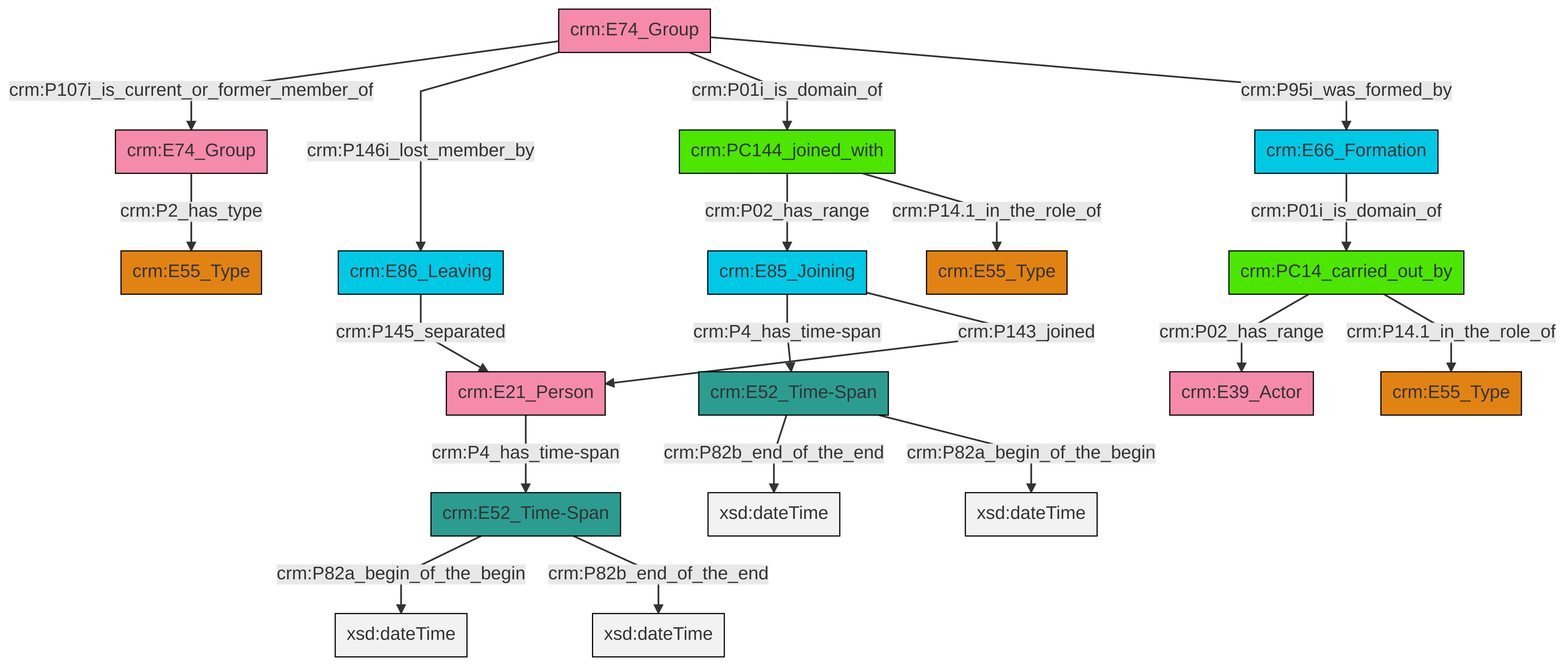
This is et/groupCSV/ttl/mmd/png/group_actor_relations.png from swiss-art-research-net/reference-data-models, a Mermaid export, as it was before one commit. Its source is kept beside it as et/groupCSV/ttl/mmd/group_actor_relations.ttl.mmd.
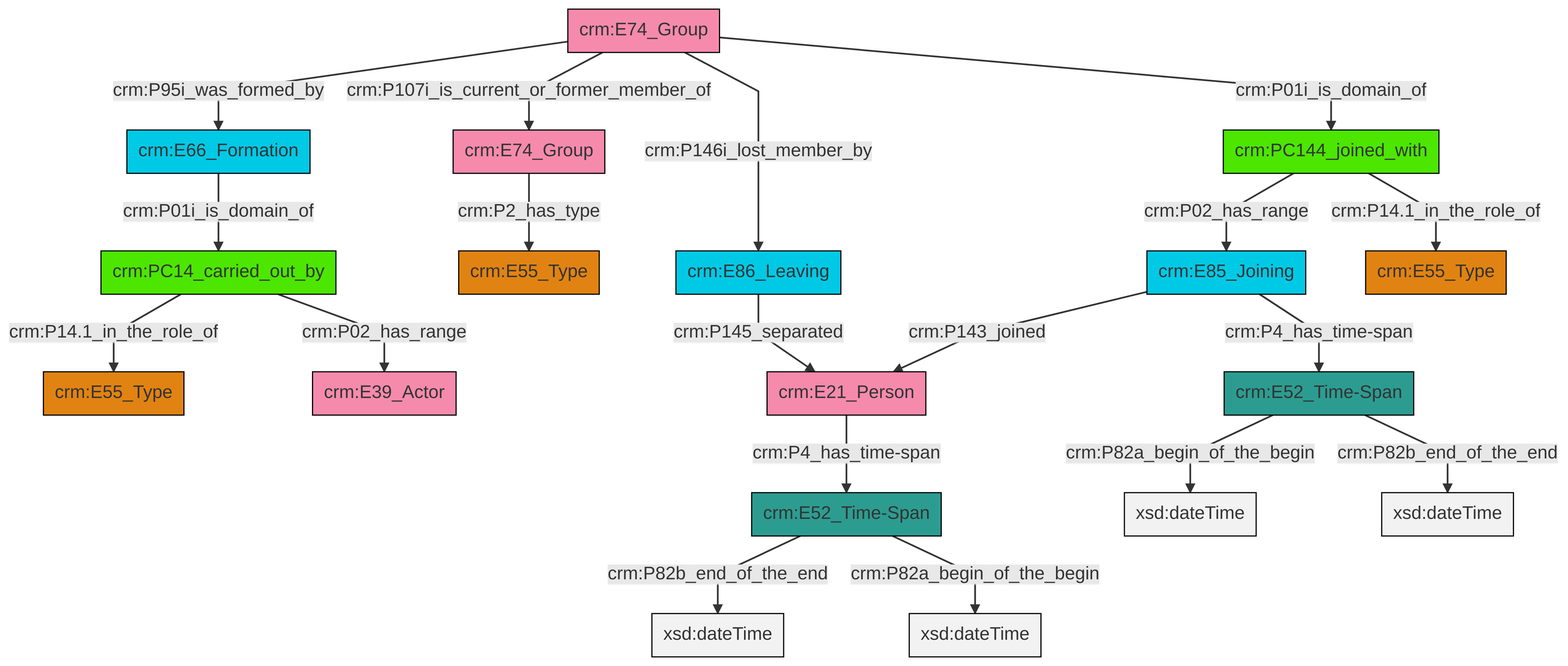
After the commit.

Change to the diagram source:
```diff
@@ -13,21 +13,21 @@
 classDef PC_Classes fill:#4ce600, stroke:#000000;
 classDef Multi fill:#cccccc,stroke:#000000;
 
-0["crm:E21_Person"]:::Actor -->|crm:P4_has_time-span| 1["crm:E52_Time-Span"]:::Time-Span
-4["crm:E86_Leaving"]:::Temporal_Entity -->|crm:P145_separated| 0["crm:E21_Person"]:::Actor
-5["crm:E74_Group"]:::Actor -->|crm:P107i_is_current_or_former_member_of| 6["crm:E74_Group"]:::Actor
-1["crm:E52_Time-Span"]:::Time-Span -->|crm:P82a_begin_of_the_begin| 7[xsd:dateTime]:::Literal
+0["crm:E74_Group"]:::Actor -->|crm:P95i_was_formed_by| 1["crm:E66_Formation"]:::Temporal_Entity
+2["crm:E52_Time-Span"]:::Time-Span -->|crm:P82a_begin_of_the_begin| 3[xsd:dateTime]:::Literal
+2["crm:E52_Time-Span"]:::Time-Span -->|crm:P82b_end_of_the_end| 5[xsd:dateTime]:::Literal
+8["crm:E86_Leaving"]:::Temporal_Entity -->|crm:P145_separated| 9["crm:E21_Person"]:::Actor
 10["crm:PC144_joined_with"]:::PC_Classes -->|crm:P02_has_range| 11["crm:E85_Joining"]:::Temporal_Entity
-2["crm:PC14_carried_out_by"]:::PC_Classes -->|crm:P02_has_range| 14["crm:E39_Actor"]:::Actor
-11["crm:E85_Joining"]:::Temporal_Entity -->|crm:P4_has_time-span| 12["crm:E52_Time-Span"]:::Time-Span
-15["crm:E66_Formation"]:::Temporal_Entity -->|crm:P01i_is_domain_of| 2["crm:PC14_carried_out_by"]:::PC_Classes
-10["crm:PC144_joined_with"]:::PC_Classes -->|crm:P14.1_in_the_role_of| 17["crm:E55_Type"]:::Type
-12["crm:E52_Time-Span"]:::Time-Span -->|crm:P82b_end_of_the_end| 20[xsd:dateTime]:::Literal
-5["crm:E74_Group"]:::Actor -->|crm:P146i_lost_member_by| 4["crm:E86_Leaving"]:::Temporal_Entity
-12["crm:E52_Time-Span"]:::Time-Span -->|crm:P82a_begin_of_the_begin| 25[xsd:dateTime]:::Literal
-11["crm:E85_Joining"]:::Temporal_Entity -->|crm:P143_joined| 0["crm:E21_Person"]:::Actor
-1["crm:E52_Time-Span"]:::Time-Span -->|crm:P82b_end_of_the_end| 30[xsd:dateTime]:::Literal
-2["crm:PC14_carried_out_by"]:::PC_Classes -->|crm:P14.1_in_the_role_of| 18["crm:E55_Type"]:::Type
-5["crm:E74_Group"]:::Actor -->|crm:P01i_is_domain_of| 10["crm:PC144_joined_with"]:::PC_Classes
-5["crm:E74_Group"]:::Actor -->|crm:P95i_was_formed_by| 15["crm:E66_Formation"]:::Temporal_Entity
-6["crm:E74_Group"]:::Actor -->|crm:P2_has_type| 8["crm:E55_Type"]:::Type
+10["crm:PC144_joined_with"]:::PC_Classes -->|crm:P14.1_in_the_role_of| 13["crm:E55_Type"]:::Type
+0["crm:E74_Group"]:::Actor -->|crm:P107i_is_current_or_former_member_of| 14["crm:E74_Group"]:::Actor
+9["crm:E21_Person"]:::Actor -->|crm:P4_has_time-span| 15["crm:E52_Time-Span"]:::Time-Span
+14["crm:E74_Group"]:::Actor -->|crm:P2_has_type| 6["crm:E55_Type"]:::Type
+11["crm:E85_Joining"]:::Temporal_Entity -->|crm:P143_joined| 9["crm:E21_Person"]:::Actor
+16["crm:PC14_carried_out_by"]:::PC_Classes -->|crm:P14.1_in_the_role_of| 17["crm:E55_Type"]:::Type
+15["crm:E52_Time-Span"]:::Time-Span -->|crm:P82b_end_of_the_end| 19[xsd:dateTime]:::Literal
+1["crm:E66_Formation"]:::Temporal_Entity -->|crm:P01i_is_domain_of| 16["crm:PC14_carried_out_by"]:::PC_Classes
+15["crm:E52_Time-Span"]:::Time-Span -->|crm:P82a_begin_of_the_begin| 22[xsd:dateTime]:::Literal
+16["crm:PC14_carried_out_by"]:::PC_Classes -->|crm:P02_has_range| 24["crm:E39_Actor"]:::Actor
+11["crm:E85_Joining"]:::Temporal_Entity -->|crm:P4_has_time-span| 2["crm:E52_Time-Span"]:::Time-Span
+0["crm:E74_Group"]:::Actor -->|crm:P146i_lost_member_by| 8["crm:E86_Leaving"]:::Temporal_Entity
+0["crm:E74_Group"]:::Actor -->|crm:P01i_is_domain_of| 10["crm:PC144_joined_with"]:::PC_Classes
```
